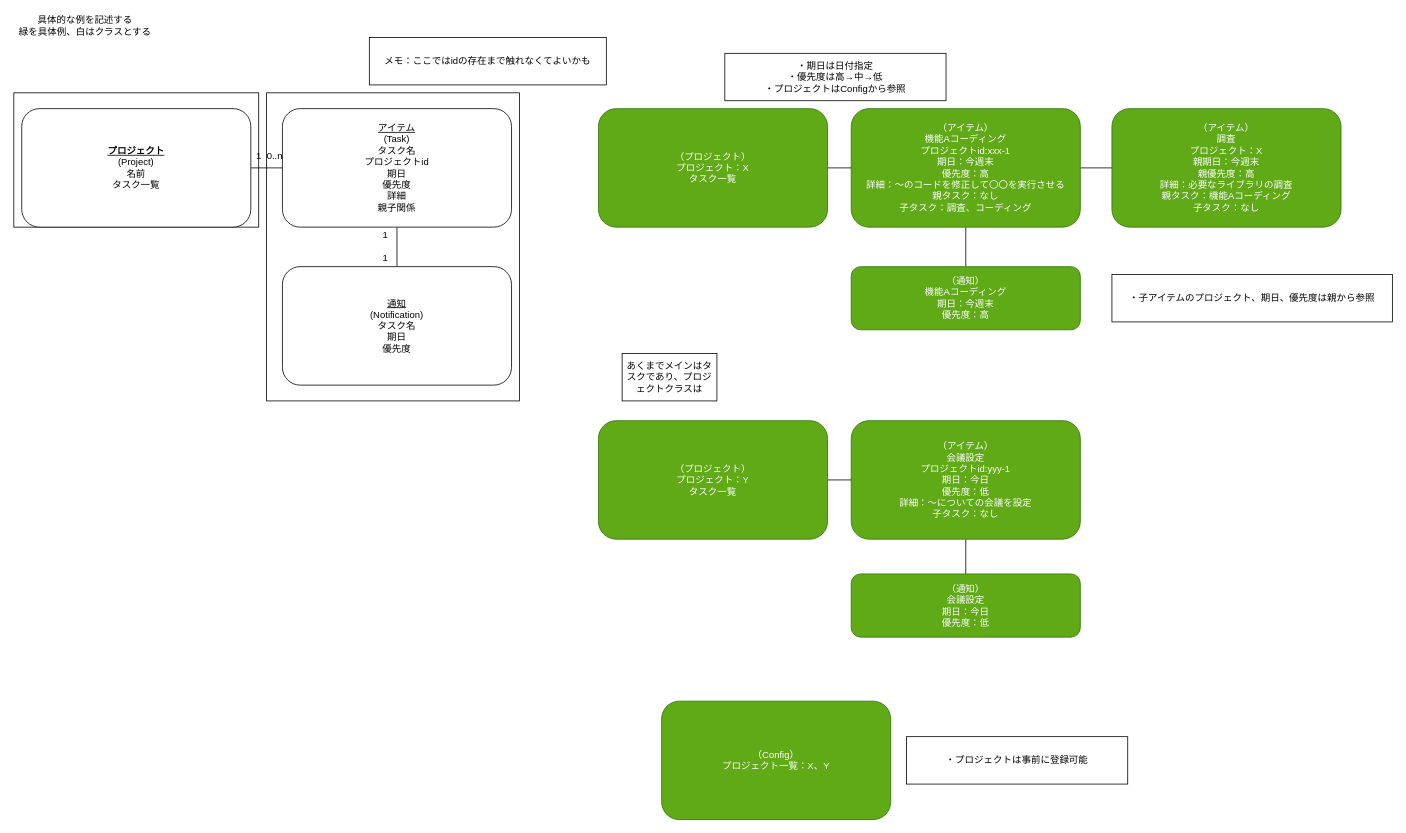
Gyabi/TODOManager keeps this draw.io diagram as page "ドメインモデル図/オブジェクト図" (3 of 3) of Documents/SystemDesign.drawio. Above is the earlier version. Source tidied: cells renumbered, new cells numbered last; positions are measured from the earlier drawing's top-left corner, leaving out a move shared by most shapes. Both pictures are drawn from the tidied source at 79%, with x=0, y=0 at pixel (13, 13).
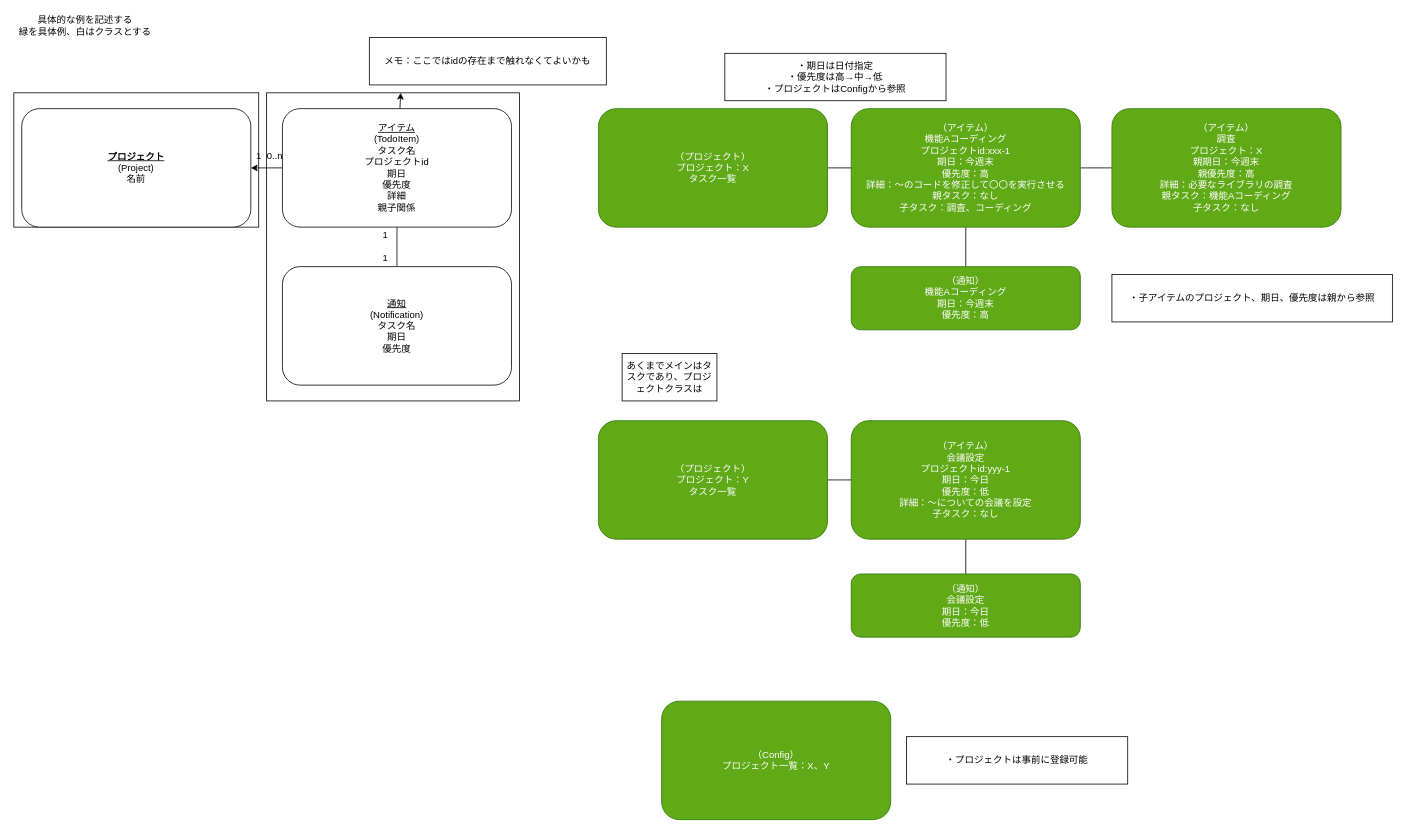
Above is the later version.

The change refers to these unchanged cells:
```xml
<mxCell id="3" style="whiteSpace=wrap;html=1;" parent="1" vertex="1">
  <mxGeometry x="320" y="100" width="320" height="390" as="geometry" />
</mxCell>
```

What changed in the source:
```diff
@@
-    <mxCell id="8" style="edgeStyle=none;html=1;endArrow=none;endFill=0;" parent="1" edge="1" source="9" target="24">
+    <mxCell id="8" style="edgeStyle=none;html=1;endArrow=none;endFill=0;startArrow=classic;startFill=1;" parent="1" edge="1" source="9" target="24">
       <mxGeometry relative="1" as="geometry" />
     </mxCell>
-    <mxCell id="9" value="&lt;b&gt;&lt;u&gt;プロジェクト&lt;br&gt;&lt;/u&gt;&lt;/b&gt;(Project)&lt;br&gt;名前&lt;br&gt;タスク一覧" style="rounded=1;whiteSpace=wrap;html=1;" parent="1" vertex="1">
+    <mxCell id="9" value="&lt;b&gt;&lt;u&gt;プロジェクト&lt;br&gt;&lt;/u&gt;&lt;/b&gt;(Project)&lt;br&gt;名前" style="rounded=1;whiteSpace=wrap;html=1;" parent="1" vertex="1">
       <mxGeometry x="10" y="120" width="290" height="150" as="geometry" />
     </mxCell>
@@
+    <mxCell id="32" style="edgeStyle=none;html=1;" parent="1" edge="1" source="24" target="3">
+      <mxGeometry relative="1" as="geometry" />
+    </mxCell>
-    <mxCell id="24" value="&lt;u&gt;アイテム&lt;br&gt;&lt;/u&gt;(Task)&lt;br&gt;タスク名&lt;br&gt;プロジェクトid&lt;br&gt;期日&lt;br&gt;優先度&lt;br&gt;詳細&lt;br&gt;親子関係" style="rounded=1;whiteSpace=wrap;html=1;" parent="1" vertex="1">
+    <mxCell id="24" value="&lt;u&gt;アイテム&lt;br&gt;&lt;/u&gt;(TodoItem)&lt;br&gt;タスク名&lt;br&gt;プロジェクトid&lt;br&gt;期日&lt;br&gt;優先度&lt;br&gt;詳細&lt;br&gt;親子関係" style="rounded=1;whiteSpace=wrap;html=1;" parent="1" vertex="1">
       <mxGeometry x="340" y="120" width="290" height="150" as="geometry" />
     </mxCell>
```
